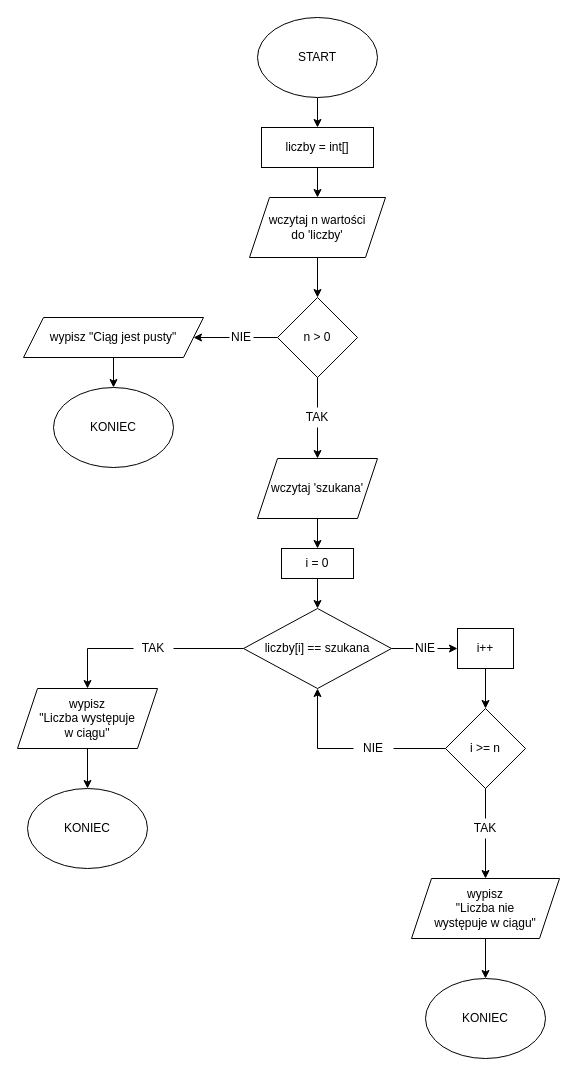
Above: page "3" (3 of 5) of aisd/lab1.drawio.xml in xparadoxical/wsiz (draw.io), before the change. Source tidied: cells renumbered, new cells numbered last; positions are measured from the earlier drawing's top-left corner, leaving out a move shared by most shapes. Both pictures are drawn from the tidied source at 100%, with x=0, y=0 at pixel (17, 17).
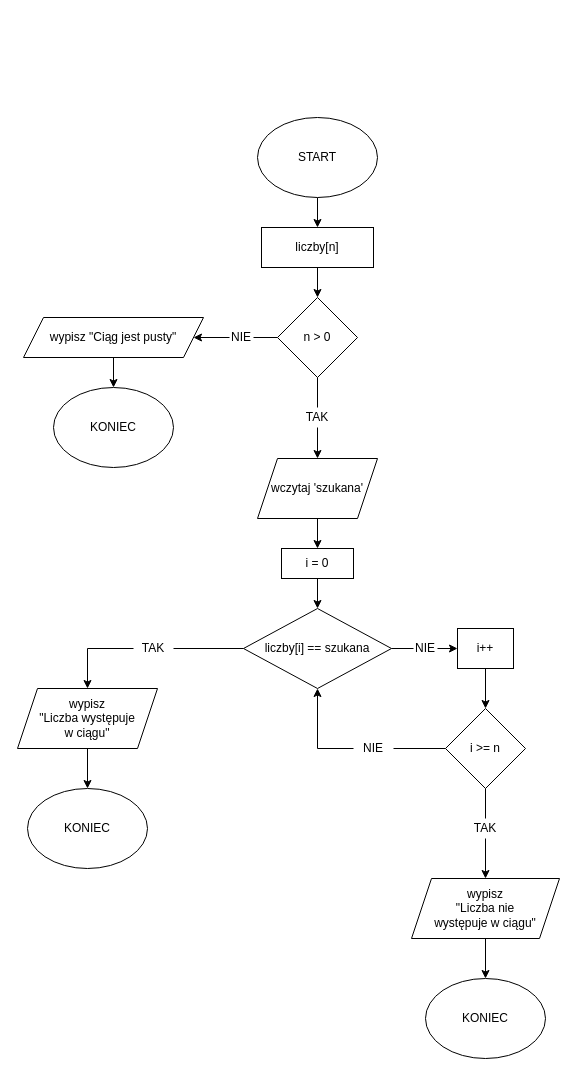
Above is the later version.

The change refers to these unchanged cells:
```xml
<mxCell id="36" value="n &amp;gt; 0" style="rhombus;whiteSpace=wrap;html=1;" parent="1" vertex="1">
  <mxGeometry x="260" y="280" width="80" height="80" as="geometry" />
</mxCell>
```

The edit, as a diff of the source:
```diff
@@
     <mxCell id="3" value="START" style="ellipse;whiteSpace=wrap;html=1;" parent="1" vertex="1">
-      <mxGeometry x="240" width="120" height="80" as="geometry" />
+      <mxGeometry x="240" y="100" width="120" height="80" as="geometry" />
     </mxCell>
-    <mxCell id="4" style="edgeStyle=orthogonalEdgeStyle;rounded=0;jettySize=auto;html=1;exitX=0.5;exitY=1;exitDx=0;exitDy=0;entryX=0.5;entryY=0;entryDx=0;entryDy=0;" parent="1" edge="1" source="5" target="36">
-      <mxGeometry relative="1" as="geometry" />
-    </mxCell>
-    <mxCell id="5" value="wczytaj n wartości&lt;br&gt;do 'liczby'" style="shape=parallelogram;perimeter=parallelogramPerimeter;whiteSpace=wrap;html=1;fixedSize=1;" parent="1" vertex="1">
-      <mxGeometry x="232" y="180" width="136" height="60" as="geometry" />
-    </mxCell>
-    <mxCell id="6" style="edgeStyle=orthogonalEdgeStyle;rounded=0;jettySize=auto;html=1;" parent="1" edge="1" source="7" target="5">
+    <mxCell id="6" style="edgeStyle=orthogonalEdgeStyle;rounded=0;jettySize=auto;html=1;entryX=0.5;entryY=0;entryDx=0;entryDy=0;" parent="1" edge="1" source="7" target="36">
       <mxGeometry relative="1" as="geometry" />
     </mxCell>
-    <mxCell id="7" value="liczby = int[]" style="rounded=0;whiteSpace=wrap;html=1;" parent="1" vertex="1">
-      <mxGeometry x="244" y="110" width="112" height="40" as="geometry" />
+    <mxCell id="7" value="liczby[n]" style="rounded=0;whiteSpace=wrap;html=1;" parent="1" vertex="1">
+      <mxGeometry x="244" y="210" width="112" height="40" as="geometry" />
     </mxCell>
```
